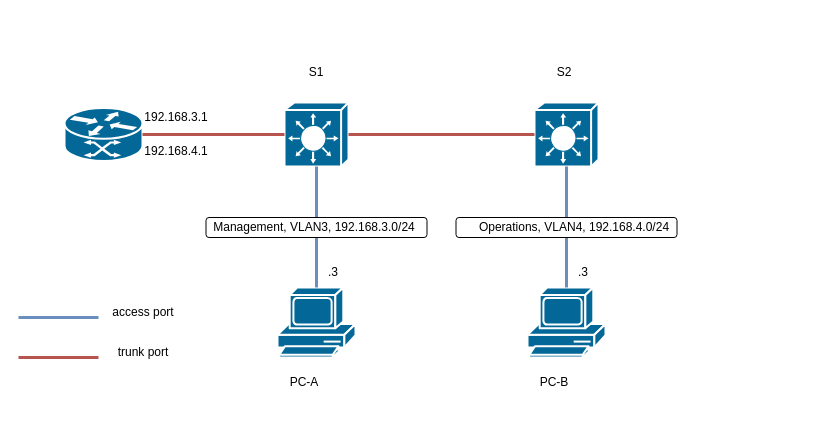
The draw.io diagram page "IP&Vlan plan" (2 of 2) of lab1.drawio in fueller-max/drawio, before the edit. Source tidied: cells renumbered, new cells numbered last; positions are measured from the earlier drawing's top-left corner, leaving out a move shared by most shapes. Both pictures are drawn from the tidied source at 100%, with x=0, y=0 at pixel (18, 57).
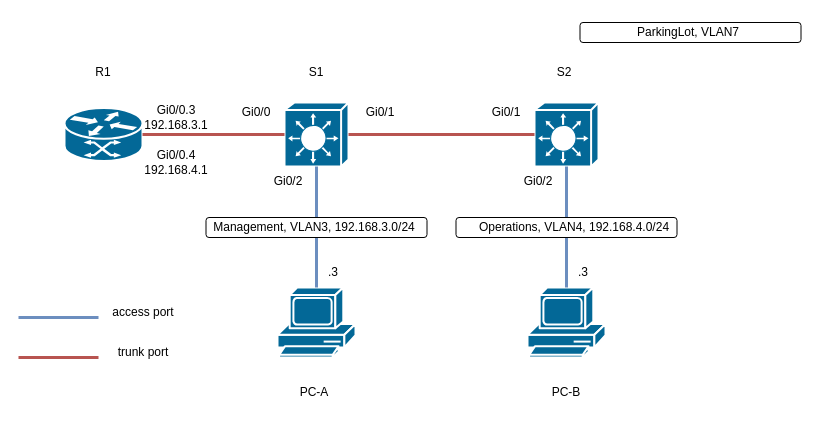
After the change.

What changed in the source:
```diff
@@
     <mxCell id="13" value="PC-A" style="text;html=1;align=center;verticalAlign=middle;whiteSpace=wrap;rounded=0;" parent="1" vertex="1">
-      <mxGeometry x="256" y="310" width="60" height="30" as="geometry" />
+      <mxGeometry x="266" y="320" width="60" height="30" as="geometry" />
     </mxCell>
     <mxCell id="14" value="PC-B" style="text;html=1;align=center;verticalAlign=middle;whiteSpace=wrap;rounded=0;" parent="1" vertex="1">
-      <mxGeometry x="506" y="310" width="60" height="30" as="geometry" />
+      <mxGeometry x="518" y="320" width="60" height="30" as="geometry" />
     </mxCell>
@@
-    <mxCell id="25" value="192.168.3.1" style="text;html=1;align=center;verticalAlign=middle;whiteSpace=wrap;rounded=0;" parent="1" vertex="1">
+    <mxCell id="25" value="Gi0/0.3 192.168.3.1" style="text;html=1;align=center;verticalAlign=middle;whiteSpace=wrap;rounded=0;" parent="1" vertex="1">
       <mxGeometry x="127.5" y="45" width="60" height="30" as="geometry" />
     </mxCell>
-    <mxCell id="26" value="192.168.4.1" style="text;html=1;align=center;verticalAlign=middle;whiteSpace=wrap;rounded=0;" parent="1" vertex="1">
-      <mxGeometry x="127.5" y="79" width="60" height="30" as="geometry" />
+    <mxCell id="26" value="&lt;div&gt;Gi0/0.4&lt;/div&gt;192.168.4.1" style="text;html=1;align=center;verticalAlign=middle;whiteSpace=wrap;rounded=0;" parent="1" vertex="1">
+      <mxGeometry x="127.5" y="90" width="60" height="30" as="geometry" />
     </mxCell>
+    <mxCell id="27" style="rounded=1;whiteSpace=wrap;html=1;direction=west;" parent="1" vertex="1">
+      <mxGeometry x="561.5" y="-35" width="221" height="20" as="geometry" />
+    </mxCell>
+    <mxCell id="28" value="ParkingLot, VLAN7" style="text;html=1;align=center;verticalAlign=middle;whiteSpace=wrap;rounded=0;rotation=0;" parent="1" vertex="1">
+      <mxGeometry x="550" y="-40" width="240" height="30" as="geometry" />
+    </mxCell>
+    <mxCell id="29" value="Gi0/2" style="text;html=1;align=center;verticalAlign=middle;whiteSpace=wrap;rounded=0;" parent="1" vertex="1">
+      <mxGeometry x="490" y="109" width="60" height="30" as="geometry" />
+    </mxCell>
+    <mxCell id="30" value="Gi0/2" style="text;html=1;align=center;verticalAlign=middle;whiteSpace=wrap;rounded=0;" parent="1" vertex="1">
+      <mxGeometry x="240" y="109" width="60" height="30" as="geometry" />
+    </mxCell>
+    <mxCell id="31" value="R1" style="text;html=1;align=center;verticalAlign=middle;whiteSpace=wrap;rounded=0;" parent="1" vertex="1">
+      <mxGeometry x="55" width="60" height="30" as="geometry" />
+    </mxCell>
+    <mxCell id="32" value="Gi0/0" style="text;html=1;align=center;verticalAlign=middle;whiteSpace=wrap;rounded=0;" parent="1" vertex="1">
+      <mxGeometry x="208" y="40" width="60" height="30" as="geometry" />
+    </mxCell>
+    <mxCell id="33" value="Gi0/1" style="text;html=1;align=center;verticalAlign=middle;whiteSpace=wrap;rounded=0;" parent="1" vertex="1">
+      <mxGeometry x="332" y="40" width="60" height="30" as="geometry" />
+    </mxCell>
+    <mxCell id="34" value="Gi0/1" style="text;html=1;align=center;verticalAlign=middle;whiteSpace=wrap;rounded=0;" parent="1" vertex="1">
+      <mxGeometry x="458" y="40" width="60" height="30" as="geometry" />
+    </mxCell>
```
